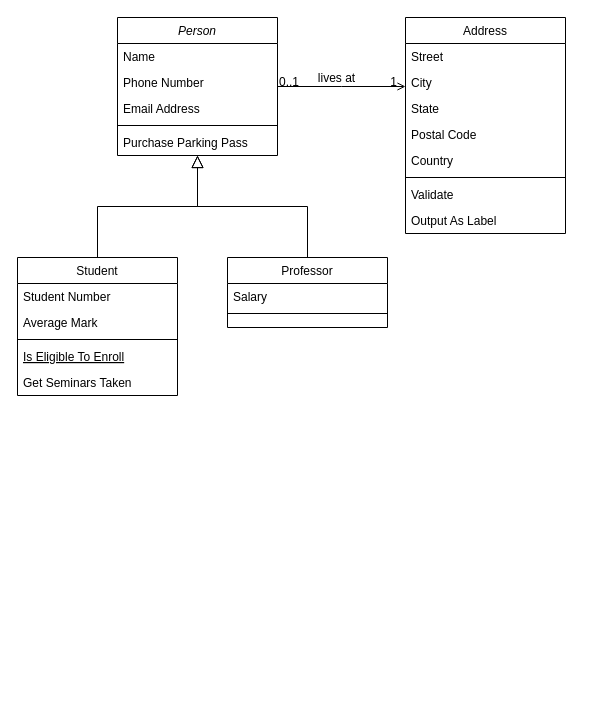
The draw.io diagram Class Diagram-Perpus-Digital.drawio in Ziankhaa/Tefa, before the edit. Source tidied: cells renumbered, new cells numbered last; positions are measured from the earlier drawing's top-left corner, leaving out a move shared by most shapes. Both pictures are drawn from the tidied source at 100%, with x=0, y=0 at pixel (17, 17).
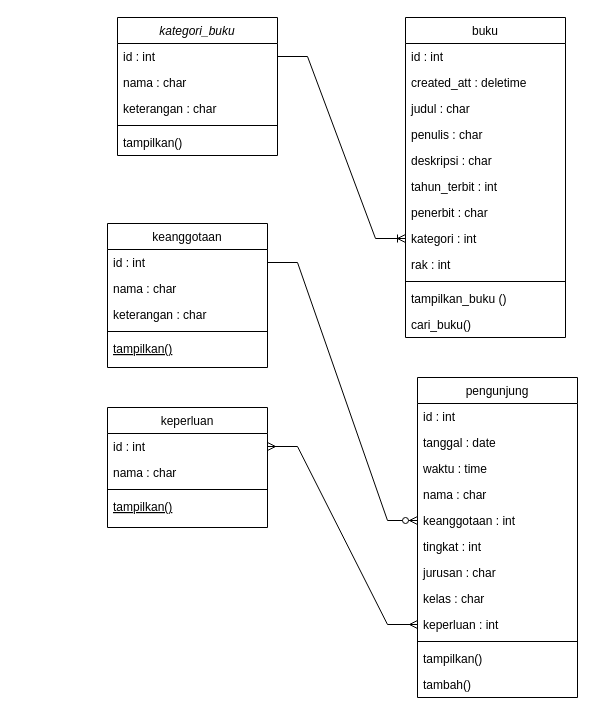
The same page after the edit.

What changed in the source:
```diff
@@
-    <mxCell id="2" value="Person" style="swimlane;fontStyle=2;align=center;verticalAlign=top;horizontal=1;startSize=26;rounded=0;shadow=0;strokeWidth=1;" parent="1" vertex="1">
+    <mxCell id="2" value="kategori_buku" style="swimlane;fontStyle=2;align=center;verticalAlign=top;horizontal=1;startSize=26;rounded=0;shadow=0;strokeWidth=1;" parent="1" vertex="1">
       <mxGeometry x="100" width="160" height="138" as="geometry" />
     </mxCell>
-    <mxCell id="3" value="Name" style="text;align=left;verticalAlign=top;spacingLeft=4;spacingRight=4;overflow=hidden;points=[[0,0.5],[1,0.5]];portConstraint=eastwest;" parent="2" vertex="1">
+    <mxCell id="3" value="id : int" style="text;align=left;verticalAlign=top;spacingLeft=4;spacingRight=4;overflow=hidden;points=[[0,0.5],[1,0.5]];portConstraint=eastwest;" parent="2" vertex="1">
       <mxGeometry y="26" width="160" height="26" as="geometry" />
     </mxCell>
-    <mxCell id="4" value="Phone Number" style="text;align=left;verticalAlign=top;spacingLeft=4;spacingRight=4;overflow=hidden;rounded=0;shadow=0;html=0;" parent="2" vertex="1">
+    <mxCell id="4" value="nama : char" style="text;align=left;verticalAlign=top;spacingLeft=4;spacingRight=4;overflow=hidden;rounded=0;shadow=0;html=0;" parent="2" vertex="1">
       <mxGeometry y="52" width="160" height="26" as="geometry" />
     </mxCell>
-    <mxCell id="5" value="Email Address" style="text;align=left;verticalAlign=top;spacingLeft=4;spacingRight=4;overflow=hidden;rounded=0;shadow=0;html=0;" parent="2" vertex="1">
+    <mxCell id="5" value="keterangan : char" style="text;align=left;verticalAlign=top;spacingLeft=4;spacingRight=4;overflow=hidden;rounded=0;shadow=0;html=0;" parent="2" vertex="1">
       <mxGeometry y="78" width="160" height="26" as="geometry" />
     </mxCell>
@@
-    <mxCell id="7" value="Purchase Parking Pass" style="text;align=left;verticalAlign=top;spacingLeft=4;spacingRight=4;overflow=hidden;" parent="2" vertex="1">
+    <mxCell id="7" value="tampilkan()" style="text;align=left;verticalAlign=top;spacingLeft=4;spacingRight=4;overflow=hidden;" parent="2" vertex="1">
       <mxGeometry y="112" width="160" height="26" as="geometry" />
     </mxCell>
-    <mxCell id="8" value="Student" style="swimlane;fontStyle=0;align=center;verticalAlign=top;horizontal=1;startSize=26;rounded=0;shadow=0;strokeWidth=1;" parent="1" vertex="1">
-      <mxGeometry y="240" width="160" height="138" as="geometry" />
+    <mxCell id="8" value="keanggotaan" style="swimlane;fontStyle=0;align=center;verticalAlign=top;horizontal=1;startSize=26;rounded=0;shadow=0;strokeWidth=1;" parent="1" vertex="1">
+      <mxGeometry x="90" y="206" width="160" height="144" as="geometry" />
     </mxCell>
-    <mxCell id="9" value="Student Number" style="text;align=left;verticalAlign=top;spacingLeft=4;spacingRight=4;overflow=hidden;points=[[0,0.5],[1,0.5]];portConstraint=eastwest;" parent="8" vertex="1">
+    <mxCell id="9" value="id : int" style="text;align=left;verticalAlign=top;spacingLeft=4;spacingRight=4;overflow=hidden;points=[[0,0.5],[1,0.5]];portConstraint=eastwest;" parent="8" vertex="1">
       <mxGeometry y="26" width="160" height="26" as="geometry" />
     </mxCell>
-    <mxCell id="10" value="Average Mark" style="text;align=left;verticalAlign=top;spacingLeft=4;spacingRight=4;overflow=hidden;rounded=0;shadow=0;html=0;" parent="8" vertex="1">
+    <mxCell id="10" value="nama : char" style="text;align=left;verticalAlign=top;spacingLeft=4;spacingRight=4;overflow=hidden;rounded=0;shadow=0;html=0;" parent="8" vertex="1">
       <mxGeometry y="52" width="160" height="26" as="geometry" />
     </mxCell>
+    <mxCell id="32" value="keterangan : char" style="text;align=left;verticalAlign=top;spacingLeft=4;spacingRight=4;overflow=hidden;rounded=0;shadow=0;html=0;" parent="8" vertex="1">
+      <mxGeometry y="78" width="160" height="26" as="geometry" />
+    </mxCell>
     <mxCell id="11" style="line;html=1;strokeWidth=1;align=left;verticalAlign=middle;spacingTop=-1;spacingLeft=3;spacingRight=3;labelPosition=right;" parent="8" vertex="1">
-      <mxGeometry y="78" width="160" height="8" as="geometry" />
+      <mxGeometry y="104" width="160" height="8" as="geometry" />
     </mxCell>
-    <mxCell id="12" value="Is Eligible To Enroll" style="text;align=left;verticalAlign=top;spacingLeft=4;spacingRight=4;overflow=hidden;fontStyle=4;" parent="8" vertex="1">
-      <mxGeometry y="86" width="160" height="26" as="geometry" />
+    <mxCell id="12" value="tampilkan()" style="text;align=left;verticalAlign=top;spacingLeft=4;spacingRight=4;overflow=hidden;fontStyle=4;" parent="8" vertex="1">
+      <mxGeometry y="112" width="160" height="26" as="geometry" />
     </mxCell>
-    <mxCell id="13" value="Get Seminars Taken" style="text;align=left;verticalAlign=top;spacingLeft=4;spacingRight=4;overflow=hidden;" parent="8" vertex="1">
-      <mxGeometry y="112" width="160" height="26" as="geometry" />
-    </mxCell>
-    <mxCell id="14" style="endArrow=block;endSize=10;endFill=0;shadow=0;strokeWidth=1;rounded=0;curved=0;edgeStyle=elbowEdgeStyle;elbow=vertical;" parent="1" edge="1" source="8" target="2">
-      <mxGeometry relative="1" as="geometry" />
-    </mxCell>
-    <mxCell id="15" value="Professor" style="swimlane;fontStyle=0;align=center;verticalAlign=top;horizontal=1;startSize=26;rounded=0;shadow=0;strokeWidth=1;" parent="1" vertex="1">
-      <mxGeometry x="210" y="240" width="160" height="70" as="geometry" />
-    </mxCell>
-    <mxCell id="16" value="Salary" style="text;align=left;verticalAlign=top;spacingLeft=4;spacingRight=4;overflow=hidden;" parent="15" vertex="1">
-      <mxGeometry y="26" width="160" height="26" as="geometry" />
-    </mxCell>
-    <mxCell id="17" style="line;html=1;strokeWidth=1;align=left;verticalAlign=middle;spacingTop=-1;spacingLeft=3;spacingRight=3;labelPosition=right;" parent="15" vertex="1">
-      <mxGeometry y="52" width="160" height="8" as="geometry" />
-    </mxCell>
-    <mxCell id="18" style="endArrow=block;endSize=10;endFill=0;shadow=0;strokeWidth=1;rounded=0;curved=0;edgeStyle=elbowEdgeStyle;elbow=vertical;" parent="1" edge="1" source="15" target="2">
-      <mxGeometry relative="1" as="geometry" />
-    </mxCell>
-    <mxCell id="19" value="Address" style="swimlane;fontStyle=0;align=center;verticalAlign=top;horizontal=1;startSize=26;rounded=0;shadow=0;strokeWidth=1;" parent="1" vertex="1">
-      <mxGeometry x="388" width="160" height="216" as="geometry" />
+    <mxCell id="19" value="buku" style="swimlane;fontStyle=0;align=center;verticalAlign=top;horizontal=1;startSize=26;rounded=0;shadow=0;strokeWidth=1;" parent="1" vertex="1">
+      <mxGeometry x="388" width="160" height="320" as="geometry" />
     </mxCell>
-    <mxCell id="20" value="Street" style="text;align=left;verticalAlign=top;spacingLeft=4;spacingRight=4;overflow=hidden;" parent="19" vertex="1">
+    <mxCell id="20" value="id : int" style="text;align=left;verticalAlign=top;spacingLeft=4;spacingRight=4;overflow=hidden;" parent="19" vertex="1">
       <mxGeometry y="26" width="160" height="26" as="geometry" />
     </mxCell>
-    <mxCell id="21" value="City" style="text;align=left;verticalAlign=top;spacingLeft=4;spacingRight=4;overflow=hidden;rounded=0;shadow=0;html=0;" parent="19" vertex="1">
+    <mxCell id="21" value="created_att : deletime" style="text;align=left;verticalAlign=top;spacingLeft=4;spacingRight=4;overflow=hidden;rounded=0;shadow=0;html=0;" parent="19" vertex="1">
       <mxGeometry y="52" width="160" height="26" as="geometry" />
     </mxCell>
-    <mxCell id="22" value="State" style="text;align=left;verticalAlign=top;spacingLeft=4;spacingRight=4;overflow=hidden;rounded=0;shadow=0;html=0;" parent="19" vertex="1">
+    <mxCell id="22" value="judul : char" style="text;align=left;verticalAlign=top;spacingLeft=4;spacingRight=4;overflow=hidden;rounded=0;shadow=0;html=0;" parent="19" vertex="1">
       <mxGeometry y="78" width="160" height="26" as="geometry" />
     </mxCell>
-    <mxCell id="23" value="Postal Code" style="text;align=left;verticalAlign=top;spacingLeft=4;spacingRight=4;overflow=hidden;rounded=0;shadow=0;html=0;" parent="19" vertex="1">
+    <mxCell id="23" value="penulis : char" style="text;align=left;verticalAlign=top;spacingLeft=4;spacingRight=4;overflow=hidden;rounded=0;shadow=0;html=0;" parent="19" vertex="1">
       <mxGeometry y="104" width="160" height="26" as="geometry" />
     </mxCell>
-    <mxCell id="24" value="Country" style="text;align=left;verticalAlign=top;spacingLeft=4;spacingRight=4;overflow=hidden;rounded=0;shadow=0;html=0;" parent="19" vertex="1">
+    <mxCell id="24" value="deskripsi : char" style="text;align=left;verticalAlign=top;spacingLeft=4;spacingRight=4;overflow=hidden;rounded=0;shadow=0;html=0;" parent="19" vertex="1">
       <mxGeometry y="130" width="160" height="26" as="geometry" />
     </mxCell>
+    <mxCell id="33" value="tahun_terbit : int" style="text;align=left;verticalAlign=top;spacingLeft=4;spacingRight=4;overflow=hidden;rounded=0;shadow=0;html=0;" parent="19" vertex="1">
+      <mxGeometry y="156" width="160" height="26" as="geometry" />
+    </mxCell>
+    <mxCell id="34" value="penerbit : char" style="text;align=left;verticalAlign=top;spacingLeft=4;spacingRight=4;overflow=hidden;rounded=0;shadow=0;html=0;" parent="19" vertex="1">
+      <mxGeometry y="182" width="160" height="26" as="geometry" />
+    </mxCell>
+    <mxCell id="35" value="kategori : int" style="text;align=left;verticalAlign=top;spacingLeft=4;spacingRight=4;overflow=hidden;points=[[0,0.5],[1,0.5]];portConstraint=eastwest;rounded=0;shadow=0;html=0;" parent="19" vertex="1">
+      <mxGeometry y="208" width="160" height="26" as="geometry" />
+    </mxCell>
+    <mxCell id="36" value="rak : int" style="text;align=left;verticalAlign=top;spacingLeft=4;spacingRight=4;overflow=hidden;rounded=0;shadow=0;html=0;" parent="19" vertex="1">
+      <mxGeometry y="234" width="160" height="26" as="geometry" />
+    </mxCell>
     <mxCell id="25" style="line;html=1;strokeWidth=1;align=left;verticalAlign=middle;spacingTop=-1;spacingLeft=3;spacingRight=3;labelPosition=right;" parent="19" vertex="1">
-      <mxGeometry y="156" width="160" height="8" as="geometry" />
+      <mxGeometry y="260" width="160" height="8" as="geometry" />
     </mxCell>
-    <mxCell id="26" value="Validate" style="text;align=left;verticalAlign=top;spacingLeft=4;spacingRight=4;overflow=hidden;" parent="19" vertex="1">
-      <mxGeometry y="164" width="160" height="26" as="geometry" />
+    <mxCell id="26" value="tampilkan_buku ()" style="text;align=left;verticalAlign=top;spacingLeft=4;spacingRight=4;overflow=hidden;" parent="19" vertex="1">
+      <mxGeometry y="268" width="160" height="26" as="geometry" />
     </mxCell>
-    <mxCell id="27" value="Output As Label" style="text;align=left;verticalAlign=top;spacingLeft=4;spacingRight=4;overflow=hidden;" parent="19" vertex="1">
-      <mxGeometry y="190" width="160" height="26" as="geometry" />
+    <mxCell id="27" value="cari_buku()" style="text;align=left;verticalAlign=top;spacingLeft=4;spacingRight=4;overflow=hidden;" parent="19" vertex="1">
+      <mxGeometry y="294" width="160" height="26" as="geometry" />
     </mxCell>
-    <mxCell id="28" style="endArrow=open;shadow=0;strokeWidth=1;rounded=0;curved=0;endFill=1;edgeStyle=elbowEdgeStyle;elbow=vertical;" parent="1" edge="1" source="2" target="19">
-      <mxGeometry x="0.5" y="41" relative="1" as="geometry">
-        <mxPoint x="-40" y="32" as="offset" />
-      </mxGeometry>
-    </mxCell>
-    <mxCell id="29" value="0..1" style="align=left;verticalAlign=bottom;labelBackgroundColor=none;fontSize=12;" parent="28" vertex="1">
-      <mxGeometry x="-1" relative="1" as="geometry">
-        <mxPoint y="4" as="offset" />
-      </mxGeometry>
-    </mxCell>
-    <mxCell id="30" value="1" style="align=right;verticalAlign=bottom;labelBackgroundColor=none;fontSize=12;" parent="28" vertex="1">
-      <mxGeometry x="1" relative="1" as="geometry">
-        <mxPoint x="-7" y="4" as="offset" />
-      </mxGeometry>
-    </mxCell>
-    <mxCell id="31" value="lives at" style="text;html=1;align=center;verticalAlign=middle;labelBackgroundColor=none;rounded=0;shadow=0;strokeWidth=1;fontSize=12;" parent="28" vertex="1">
-      <mxGeometry x="0.5" y="49" relative="1" as="geometry">
-        <mxPoint x="-38" y="40" as="offset" />
-      </mxGeometry>
-    </mxCell>
+    <mxCell id="37" value="keperluan" style="swimlane;fontStyle=0;align=center;verticalAlign=top;horizontal=1;startSize=26;rounded=0;shadow=0;strokeWidth=1;" parent="1" vertex="1">
+      <mxGeometry x="90" y="390" width="160" height="120" as="geometry" />
+    </mxCell>
+    <mxCell id="38" value="id : int" style="text;align=left;verticalAlign=top;spacingLeft=4;spacingRight=4;overflow=hidden;points=[[0,0.5],[1,0.5]];portConstraint=eastwest;" parent="37" vertex="1">
+      <mxGeometry y="26" width="160" height="26" as="geometry" />
+    </mxCell>
+    <mxCell id="39" value="nama : char" style="text;align=left;verticalAlign=top;spacingLeft=4;spacingRight=4;overflow=hidden;rounded=0;shadow=0;html=0;" parent="37" vertex="1">
+      <mxGeometry y="52" width="160" height="26" as="geometry" />
+    </mxCell>
+    <mxCell id="40" style="line;html=1;strokeWidth=1;align=left;verticalAlign=middle;spacingTop=-1;spacingLeft=3;spacingRight=3;labelPosition=right;" parent="37" vertex="1">
+      <mxGeometry y="78" width="160" height="8" as="geometry" />
+    </mxCell>
+    <mxCell id="41" value="tampilkan()" style="text;align=left;verticalAlign=top;spacingLeft=4;spacingRight=4;overflow=hidden;fontStyle=4;" parent="37" vertex="1">
+      <mxGeometry y="86" width="160" height="26" as="geometry" />
+    </mxCell>
+    <mxCell id="42" value="pengunjung" style="swimlane;fontStyle=0;align=center;verticalAlign=top;horizontal=1;startSize=26;rounded=0;shadow=0;strokeWidth=1;" parent="1" vertex="1">
+      <mxGeometry x="400" y="360" width="160" height="320" as="geometry" />
+    </mxCell>
+    <mxCell id="43" value="id : int" style="text;align=left;verticalAlign=top;spacingLeft=4;spacingRight=4;overflow=hidden;" parent="42" vertex="1">
+      <mxGeometry y="26" width="160" height="26" as="geometry" />
+    </mxCell>
+    <mxCell id="44" value="tanggal : date" style="text;align=left;verticalAlign=top;spacingLeft=4;spacingRight=4;overflow=hidden;rounded=0;shadow=0;html=0;" parent="42" vertex="1">
+      <mxGeometry y="52" width="160" height="26" as="geometry" />
+    </mxCell>
+    <mxCell id="45" value="waktu : time" style="text;align=left;verticalAlign=top;spacingLeft=4;spacingRight=4;overflow=hidden;rounded=0;shadow=0;html=0;" parent="42" vertex="1">
+      <mxGeometry y="78" width="160" height="26" as="geometry" />
+    </mxCell>
+    <mxCell id="46" value="nama : char" style="text;align=left;verticalAlign=top;spacingLeft=4;spacingRight=4;overflow=hidden;rounded=0;shadow=0;html=0;" parent="42" vertex="1">
+      <mxGeometry y="104" width="160" height="26" as="geometry" />
+    </mxCell>
+    <mxCell id="47" value="keanggotaan : int" style="text;align=left;verticalAlign=top;spacingLeft=4;spacingRight=4;overflow=hidden;points=[[0,0.5],[1,0.5]];portConstraint=eastwest;rounded=0;shadow=0;html=0;" parent="42" vertex="1">
+      <mxGeometry y="130" width="160" height="26" as="geometry" />
+    </mxCell>
+    <mxCell id="48" value="tingkat : int" style="text;align=left;verticalAlign=top;spacingLeft=4;spacingRight=4;overflow=hidden;rounded=0;shadow=0;html=0;" parent="42" vertex="1">
+      <mxGeometry y="156" width="160" height="26" as="geometry" />
+    </mxCell>
+    <mxCell id="49" value="jurusan : char" style="text;align=left;verticalAlign=top;spacingLeft=4;spacingRight=4;overflow=hidden;rounded=0;shadow=0;html=0;" parent="42" vertex="1">
+      <mxGeometry y="182" width="160" height="26" as="geometry" />
+    </mxCell>
+    <mxCell id="50" value="kelas : char" style="text;align=left;verticalAlign=top;spacingLeft=4;spacingRight=4;overflow=hidden;rounded=0;shadow=0;html=0;" parent="42" vertex="1">
+      <mxGeometry y="208" width="160" height="26" as="geometry" />
+    </mxCell>
+    <mxCell id="51" value="keperluan : int" style="text;align=left;verticalAlign=top;spacingLeft=4;spacingRight=4;overflow=hidden;points=[[0,0.5],[1,0.5]];portConstraint=eastwest;rounded=0;shadow=0;html=0;" parent="42" vertex="1">
+      <mxGeometry y="234" width="160" height="26" as="geometry" />
+    </mxCell>
+    <mxCell id="52" style="line;html=1;strokeWidth=1;align=left;verticalAlign=middle;spacingTop=-1;spacingLeft=3;spacingRight=3;labelPosition=right;" parent="42" vertex="1">
+      <mxGeometry y="260" width="160" height="8" as="geometry" />
+    </mxCell>
+    <mxCell id="53" value="tampilkan()" style="text;align=left;verticalAlign=top;spacingLeft=4;spacingRight=4;overflow=hidden;" parent="42" vertex="1">
+      <mxGeometry y="268" width="160" height="26" as="geometry" />
+    </mxCell>
+    <mxCell id="54" value="tambah()" style="text;align=left;verticalAlign=top;spacingLeft=4;spacingRight=4;overflow=hidden;" parent="42" vertex="1">
+      <mxGeometry y="294" width="160" height="26" as="geometry" />
+    </mxCell>
+    <mxCell id="55" style="edgeStyle=entityRelationEdgeStyle;fontSize=12;html=1;endArrow=ERzeroToMany;endFill=1;rounded=0;exitX=1;exitY=0.5;exitDx=0;exitDy=0;entryX=0;entryY=0.5;entryDx=0;entryDy=0;" parent="1" edge="1" source="9" target="47">
+      <mxGeometry relative="1" as="geometry" />
+    </mxCell>
+    <mxCell id="56" style="edgeStyle=entityRelationEdgeStyle;fontSize=12;html=1;endArrow=ERoneToMany;rounded=0;exitX=1;exitY=0.5;exitDx=0;exitDy=0;entryX=0;entryY=0.5;entryDx=0;entryDy=0;" parent="1" edge="1" source="3" target="35">
+      <mxGeometry relative="1" as="geometry" />
+    </mxCell>
+    <mxCell id="57" style="edgeStyle=entityRelationEdgeStyle;fontSize=12;html=1;endArrow=ERmany;startArrow=ERmany;rounded=0;exitX=1;exitY=0.5;exitDx=0;exitDy=0;entryX=0;entryY=0.5;entryDx=0;entryDy=0;" parent="1" edge="1" source="38" target="51">
+      <mxGeometry relative="1" as="geometry" />
+    </mxCell>
```
